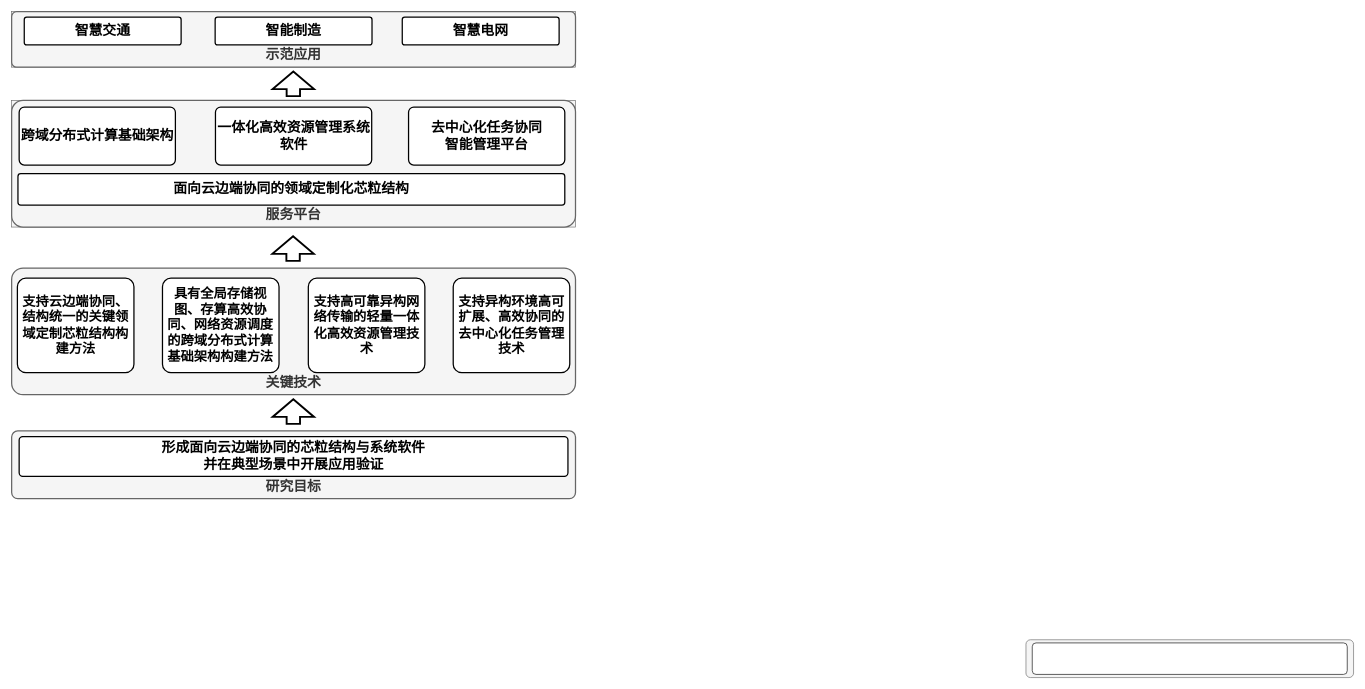
Before: 云边端预申报书.drawio in wangjq4214/draw.io, a draw.io diagram. Source tidied: cells renumbered, new cells numbered last; positions are measured from the earlier drawing's top-left corner, leaving out a move shared by most shapes. Both pictures are drawn from the tidied source at 63%, with x=0, y=0 at pixel (11, 11).
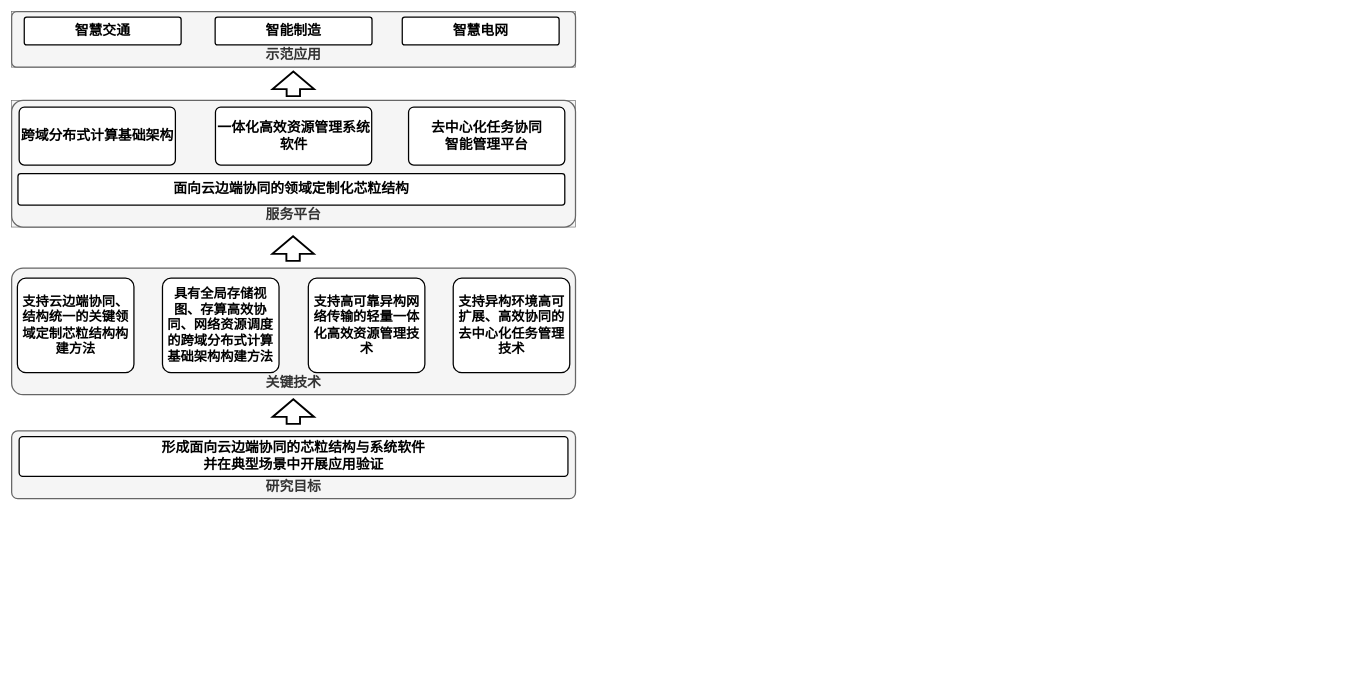
Above is the later version.

Commit message (it also covers changes not shown here):
更新云边端预申报书.drawio

Diff of the diagram source:
```diff
@@
-    <mxCell id="2" style="rounded=1;whiteSpace=wrap;html=1;arcSize=12;fillColor=#f5f5f5;fontColor=#333333;strokeColor=#666666;" parent="1" vertex="1">
-      <mxGeometry x="1610" y="997" width="520" height="60" as="geometry" />
-    </mxCell>
-    <mxCell id="3" style="rounded=1;whiteSpace=wrap;html=1;arcSize=12;" parent="1" vertex="1">
-      <mxGeometry x="1620" y="1002" width="500" height="50" as="geometry" />
-    </mxCell>
```
